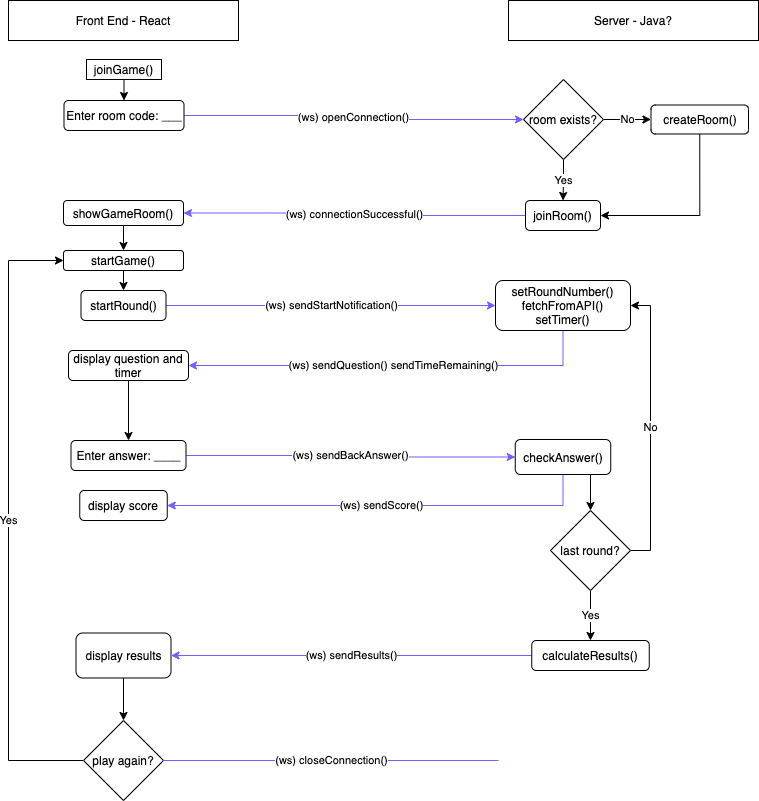
The draw.io diagram src/Notes/connections_diagram.png in Codeonium/4nswers, before a commit. Source tidied: cells renumbered, new cells last; positions are measured from the earlier drawing's top-left corner, leaving out a move shared by most shapes.
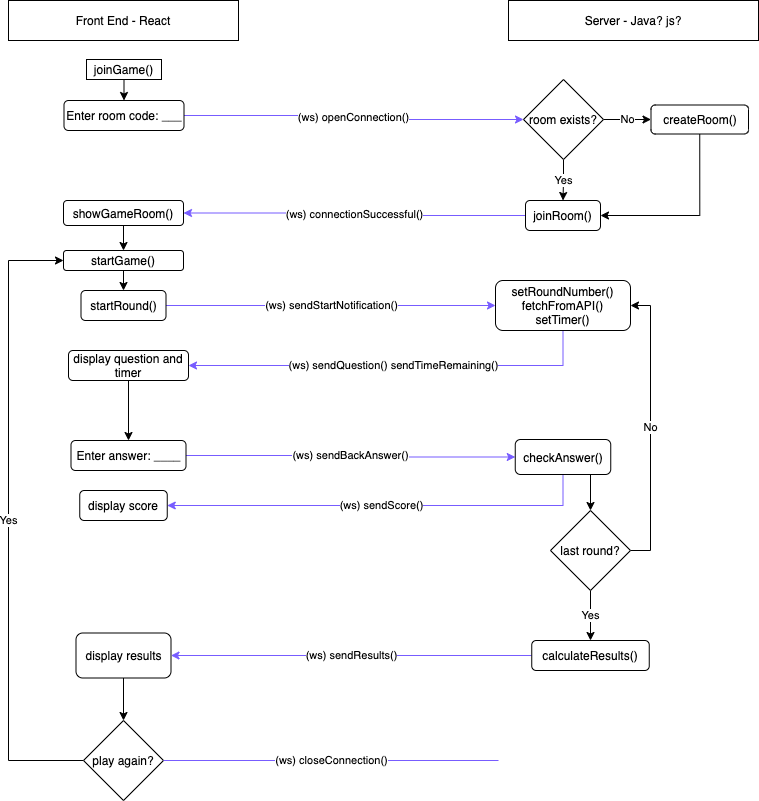
Above is the later version.

Diff of the diagram source:
```diff
@@ -2,7 +2,7 @@
   <root>
     <mxCell id="0" />
     <mxCell id="1" parent="0" />
-    <mxCell id="2" value="Server - Java?" style="rounded=0;whiteSpace=wrap;html=1;" parent="1" vertex="1">
+    <mxCell id="2" value="Server - Java? js?" style="rounded=0;whiteSpace=wrap;html=1;" parent="1" vertex="1">
       <mxGeometry x="500" width="250" height="40" as="geometry" />
     </mxCell>
     <mxCell id="3" value="Front End - React" style="rounded=0;whiteSpace=wrap;html=1;" parent="1" vertex="1">
```
